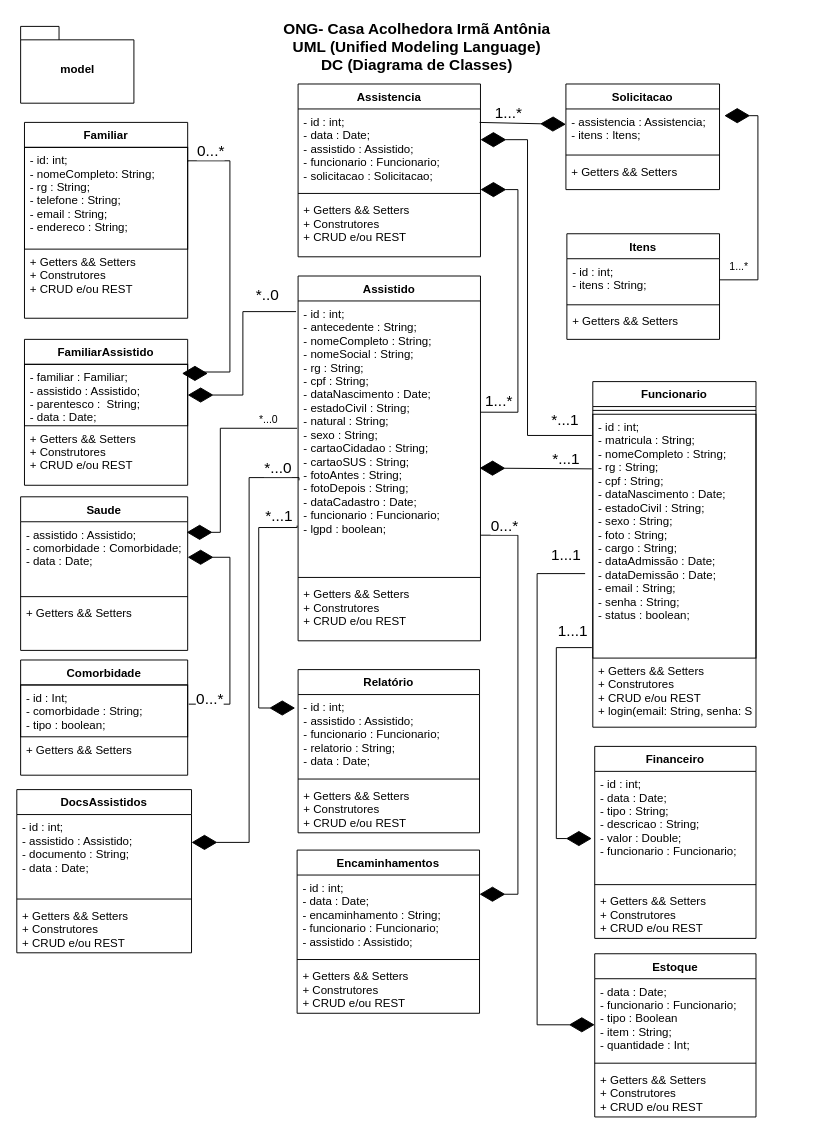
The draw.io diagram DOCUMENTAÇÃO APP/EXECUCÃO/UML DC/UML - DIAGRAMA DE CLASSE v2.drawio in LeoImenes/Projeto-ONG, before the edit. Source tidied: cells renumbered, new cells numbered last; positions are measured from the earlier drawing's top-left corner, leaving out a move shared by most shapes. Both pictures are drawn from the tidied source at 96%, with x=0, y=0 at pixel (16, 16).
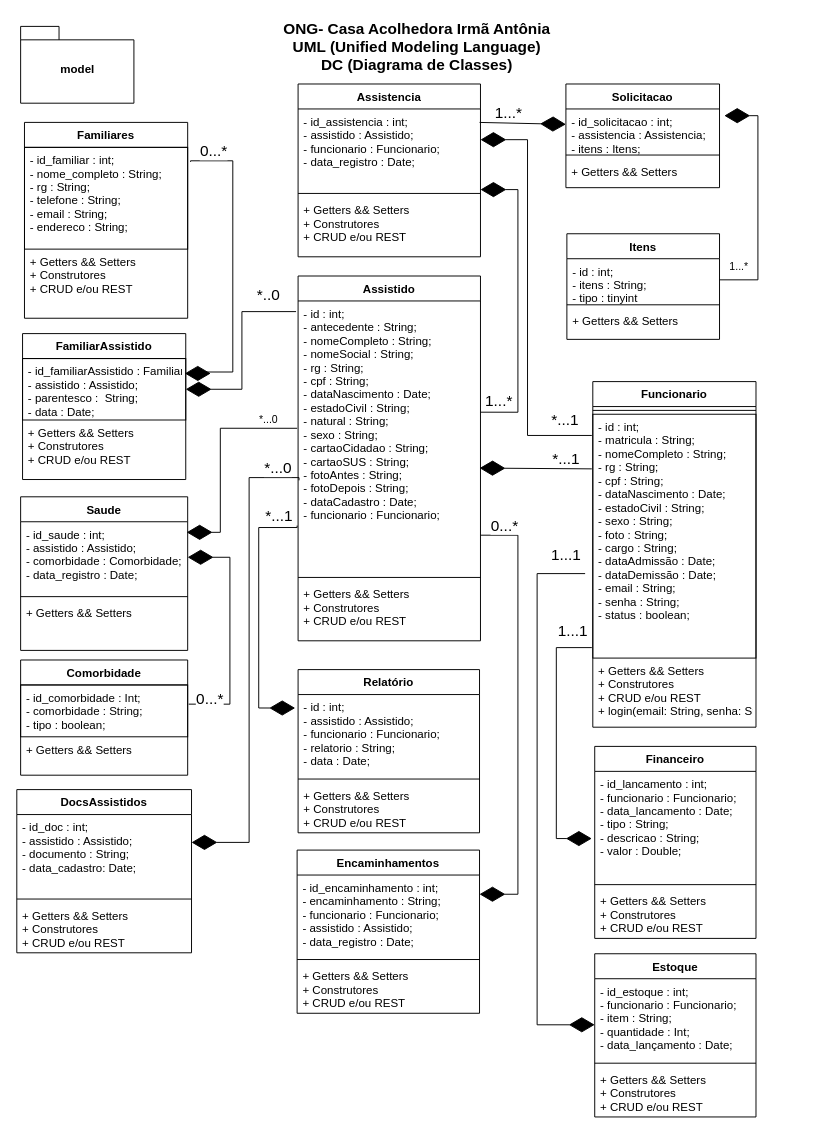
The same diagram, later.

Unchanged cells that the change refers to:
```xml
<mxCell id="3" value="Assistido" style="swimlane;fontStyle=1;align=center;verticalAlign=top;horizontal=1;startSize=26;" parent="1" vertex="1">
  <mxGeometry x="293" y="270" width="190" height="380" as="geometry" />
</mxCell>
<mxCell id="11" value="Assistencia" style="swimlane;fontStyle=1;align=center;verticalAlign=top;horizontal=1;startSize=26;" parent="1" vertex="1">
  <mxGeometry x="293" y="70" width="190" height="180" as="geometry" />
</mxCell>
<mxCell id="16" value="Encaminhamentos" style="swimlane;fontStyle=1;align=center;verticalAlign=top;horizontal=1;startSize=26;" parent="1" vertex="1">
  <mxGeometry x="292" y="868" width="190" height="170" as="geometry" />
</mxCell>
<mxCell id="20" value="Financeiro" style="swimlane;fontStyle=1;align=center;verticalAlign=top;horizontal=1;startSize=26;" parent="1" vertex="1">
  <mxGeometry x="602" y="760" width="168" height="200" as="geometry" />
</mxCell>
<mxCell id="24" value="Saude" style="swimlane;fontStyle=1;align=center;verticalAlign=top;horizontal=1;startSize=26;" parent="1" vertex="1">
  <mxGeometry x="4" y="500" width="174" height="160" as="geometry" />
</mxCell>
<mxCell id="28" value="Itens" style="swimlane;fontStyle=1;align=center;verticalAlign=top;horizontal=1;startSize=26;" parent="1" vertex="1">
  <mxGeometry x="573" y="226" width="159" height="110" as="geometry" />
</mxCell>
<mxCell id="35" value="Comorbidade" style="swimlane;fontStyle=1;align=center;verticalAlign=top;horizontal=1;startSize=26;" parent="1" vertex="1">
  <mxGeometry x="4" y="670" width="174" height="120" as="geometry" />
</mxCell>
<mxCell id="47" value="DocsAssistidos" style="swimlane;fontStyle=1;align=center;verticalAlign=top;horizontal=1;startSize=26;" parent="1" vertex="1">
  <mxGeometry y="805" width="182" height="170" as="geometry" />
</mxCell>
<mxCell id="65" value="Estoque" style="swimlane;fontStyle=1;align=center;verticalAlign=top;horizontal=1;startSize=26;" parent="1" vertex="1">
  <mxGeometry x="602" y="976" width="168" height="170" as="geometry" />
</mxCell>
```

Change to the diagram source:
```diff
@@
-    <mxCell id="4" value="- id : int;&#10;- antecedente : String;&#10;- nomeCompleto : String;&#10;- nomeSocial : String;&#10;- rg : String;&#10;- cpf : String;&#10;- dataNascimento : Date;&#10;- estadoCivil : String;&#10;- natural : String;&#10;- sexo : String;&#10;- cartaoCidadao : String;&#10;- cartaoSUS : String;&#10;- fotoAntes : String;&#10;- fotoDepois : String;&#10;- dataCadastro : Date;&#10;- funcionario : Funcionario;&#10;- lgpd : boolean;" style="text;strokeColor=none;fillColor=none;align=left;verticalAlign=top;spacingLeft=4;spacingRight=4;overflow=hidden;points=[[0,0.5],[1,0.5]];portConstraint=eastwest;" parent="3" vertex="1">
+    <mxCell id="4" value="- id : int;&#10;- antecedente : String;&#10;- nomeCompleto : String;&#10;- nomeSocial : String;&#10;- rg : String;&#10;- cpf : String;&#10;- dataNascimento : Date;&#10;- estadoCivil : String;&#10;- natural : String;&#10;- sexo : String;&#10;- cartaoCidadao : String;&#10;- cartaoSUS : String;&#10;- fotoAntes : String;&#10;- fotoDepois : String;&#10;- dataCadastro : Date;&#10;- funcionario : Funcionario;" style="text;strokeColor=none;fillColor=none;align=left;verticalAlign=top;spacingLeft=4;spacingRight=4;overflow=hidden;points=[[0,0.5],[1,0.5]];portConstraint=eastwest;" parent="3" vertex="1">
       <mxGeometry y="26" width="190" height="284" as="geometry" />
     </mxCell>
@@
-    <mxCell id="12" value="- id : int;&#10;- data : Date;&#10;- assistido : Assistido;&#10;- funcionario : Funcionario;&#10;- solicitacao : Solicitacao;" style="text;strokeColor=none;fillColor=none;align=left;verticalAlign=top;spacingLeft=4;spacingRight=4;overflow=hidden;points=[[0,0.5],[1,0.5]];portConstraint=eastwest;" parent="11" vertex="1">
+    <mxCell id="12" value="- id_assistencia : int;&#10;- assistido : Assistido;&#10;- funcionario : Funcionario;&#10;- data_registro : Date;" style="text;strokeColor=none;fillColor=none;align=left;verticalAlign=top;spacingLeft=4;spacingRight=4;overflow=hidden;points=[[0,0.5],[1,0.5]];portConstraint=eastwest;" parent="11" vertex="1">
       <mxGeometry y="26" width="190" height="84" as="geometry" />
     </mxCell>
@@
-    <mxCell id="17" value="- id : int;&#10;- data : Date;&#10;- encaminhamento : String;&#10;- funcionario : Funcionario;&#10;- assistido : Assistido;" style="text;strokeColor=none;fillColor=none;align=left;verticalAlign=top;spacingLeft=4;spacingRight=4;overflow=hidden;points=[[0,0.5],[1,0.5]];portConstraint=eastwest;" parent="16" vertex="1">
+    <mxCell id="17" value="- id_encaminhamento : int;&#10;- encaminhamento : String;&#10;- funcionario : Funcionario;&#10;- assistido : Assistido;&#10;- data_registro : Date;" style="text;strokeColor=none;fillColor=none;align=left;verticalAlign=top;spacingLeft=4;spacingRight=4;overflow=hidden;points=[[0,0.5],[1,0.5]];portConstraint=eastwest;" parent="16" vertex="1">
       <mxGeometry y="26" width="190" height="84" as="geometry" />
     </mxCell>
@@
-    <mxCell id="21" value="- id : int;&#10;- data : Date;&#10;- tipo : String;&#10;- descricao : String;&#10;- valor : Double;&#10;- funcionario : Funcionario;" style="text;strokeColor=none;fillColor=none;align=left;verticalAlign=top;spacingLeft=4;spacingRight=4;overflow=hidden;" parent="20" vertex="1">
+    <mxCell id="21" value="- id_lancamento : int;&#10;- funcionario : Funcionario;&#10;- data_lancamento : Date;&#10;- tipo : String;&#10;- descricao : String;&#10;- valor : Double;&#10;" style="text;strokeColor=none;fillColor=none;align=left;verticalAlign=top;spacingLeft=4;spacingRight=4;overflow=hidden;" parent="20" vertex="1">
       <mxGeometry y="26" width="168" height="114" as="geometry" />
     </mxCell>
@@
-    <mxCell id="25" value="- assistido : Assistido;&#10;- comorbidade : Comorbidade;&#10;- data : Date;&#10;" style="text;strokeColor=none;fillColor=none;align=left;verticalAlign=top;spacingLeft=4;spacingRight=4;overflow=hidden;points=[[0,0.5],[1,0.5]];portConstraint=eastwest;" parent="24" vertex="1">
+    <mxCell id="25" value="- id_saude : int;&#10;- assistido : Assistido;&#10;- comorbidade : Comorbidade;&#10;- data_registro : Date;&#10;" style="text;strokeColor=none;fillColor=none;align=left;verticalAlign=top;spacingLeft=4;spacingRight=4;overflow=hidden;points=[[0,0.5],[1,0.5]];portConstraint=eastwest;" parent="24" vertex="1">
       <mxGeometry y="26" width="174" height="74" as="geometry" />
     </mxCell>
@@
-    <mxCell id="29" value="- id : int;&#10;- itens : String;" style="text;strokeColor=none;fillColor=none;align=left;verticalAlign=top;spacingLeft=4;spacingRight=4;overflow=hidden;points=[[0,0.5],[1,0.5]];portConstraint=eastwest;" parent="28" vertex="1">
+    <mxCell id="29" value="- id : int;&#10;- itens : String;&#10;- tipo : tinyint" style="text;strokeColor=none;fillColor=none;align=left;verticalAlign=top;spacingLeft=4;spacingRight=4;overflow=hidden;points=[[0,0.5],[1,0.5]];portConstraint=eastwest;" parent="28" vertex="1">
       <mxGeometry y="26" width="159" height="44" as="geometry" />
     </mxCell>
@@
-    <mxCell id="32" value="Familiar" style="swimlane;fontStyle=1;align=center;verticalAlign=top;horizontal=1;startSize=26;" parent="1" vertex="1">
+    <mxCell id="32" value="Familiares" style="swimlane;fontStyle=1;align=center;verticalAlign=top;horizontal=1;startSize=26;" parent="1" vertex="1">
       <mxGeometry x="8" y="110" width="170" height="204" as="geometry" />
     </mxCell>
-    <mxCell id="33" value="- id: int;&#10;- nomeCompleto: String;&#10;- rg : String;&#10;- telefone : String;&#10;- email : String;&#10;- endereco : String;&#10;" style="text;strokeColor=default;fillColor=none;align=left;verticalAlign=top;spacingLeft=4;spacingRight=4;overflow=hidden;points=[[0,0.5],[1,0.5]];portConstraint=eastwest;strokeWidth=1;" parent="32" vertex="1">
+    <mxCell id="33" value="- id_familiar : int;&#10;- nome_completo : String;&#10;- rg : String;&#10;- telefone : String;&#10;- email : String;&#10;- endereco : String;&#10;" style="text;strokeColor=default;fillColor=none;align=left;verticalAlign=top;spacingLeft=4;spacingRight=4;overflow=hidden;points=[[0,0.5],[1,0.5]];portConstraint=eastwest;strokeWidth=1;" parent="32" vertex="1">
       <mxGeometry y="26" width="170" height="106" as="geometry" />
     </mxCell>
@@
-    <mxCell id="36" value="- id : Int;&#10;- comorbidade : String;&#10;- tipo : boolean;" style="text;strokeColor=default;fillColor=none;align=left;verticalAlign=top;spacingLeft=4;spacingRight=4;overflow=hidden;points=[[0,0.5],[1,0.5]];portConstraint=eastwest;" parent="35" vertex="1">
+    <mxCell id="36" value="- id_comorbidade : Int;&#10;- comorbidade : String;&#10;- tipo : boolean;" style="text;strokeColor=default;fillColor=none;align=left;verticalAlign=top;spacingLeft=4;spacingRight=4;overflow=hidden;points=[[0,0.5],[1,0.5]];portConstraint=eastwest;" parent="35" vertex="1">
       <mxGeometry y="26" width="174" height="54" as="geometry" />
     </mxCell>
@@
     <mxCell id="39" value="Solicitacao" style="swimlane;fontStyle=1;align=center;verticalAlign=top;horizontal=1;startSize=26;" parent="1" vertex="1">
-      <mxGeometry x="572" y="70" width="160" height="110" as="geometry" />
+      <mxGeometry x="572" y="70" width="160" height="108" as="geometry" />
     </mxCell>
-    <mxCell id="40" value="- assistencia : Assistencia;&#10;- itens : Itens;" style="text;strokeColor=none;fillColor=none;align=left;verticalAlign=top;spacingLeft=4;spacingRight=4;overflow=hidden;points=[[0,0.5],[1,0.5]];portConstraint=eastwest;" parent="39" vertex="1">
+    <mxCell id="40" value="- id_solicitacao : int;&#10;- assistencia : Assistencia;&#10;- itens : Itens;&#10;" style="text;strokeColor=none;fillColor=none;align=left;verticalAlign=top;spacingLeft=4;spacingRight=4;overflow=hidden;points=[[0,0.5],[1,0.5]];portConstraint=eastwest;" parent="39" vertex="1">
       <mxGeometry y="26" width="160" height="44" as="geometry" />
     </mxCell>
@@
     <mxCell id="42" value="+ Getters &amp;&amp; Setters" style="text;strokeColor=none;fillColor=none;align=left;verticalAlign=top;spacingLeft=4;spacingRight=4;overflow=hidden;" parent="39" vertex="1">
-      <mxGeometry y="78" width="160" height="32" as="geometry" />
+      <mxGeometry y="78" width="160" height="30" as="geometry" />
     </mxCell>
@@
-    <mxCell id="48" value="- id : int;&#10;- assistido : Assistido;&#10;- documento : String;&#10;- data : Date;" style="text;strokeColor=none;fillColor=none;align=left;verticalAlign=top;spacingLeft=4;spacingRight=4;overflow=hidden;points=[[0,0.5],[1,0.5]];portConstraint=eastwest;" parent="47" vertex="1">
+    <mxCell id="48" value="- id_doc : int;&#10;- assistido : Assistido;&#10;- documento : String;&#10;- data_cadastro: Date;" style="text;strokeColor=none;fillColor=none;align=left;verticalAlign=top;spacingLeft=4;spacingRight=4;overflow=hidden;points=[[0,0.5],[1,0.5]];portConstraint=eastwest;" parent="47" vertex="1">
       <mxGeometry y="26" width="182" height="84" as="geometry" />
     </mxCell>
@@
     <mxCell id="52" value="FamiliarAssistido" style="swimlane;fontStyle=1;align=center;verticalAlign=top;horizontal=1;startSize=26;" parent="1" vertex="1">
-      <mxGeometry x="8" y="336" width="170" height="152" as="geometry" />
+      <mxGeometry x="6" y="330" width="170" height="152" as="geometry" />
     </mxCell>
-    <mxCell id="53" value="- familiar : Familiar;&#10;- assistido : Assistido;&#10;- parentesco :  String;&#10;- data : Date;&#10;&#10;" style="text;strokeColor=default;fillColor=none;align=left;verticalAlign=top;spacingLeft=4;spacingRight=4;overflow=hidden;points=[[0,0.5],[1,0.5]];portConstraint=eastwest;strokeWidth=1;" parent="52" vertex="1">
+    <mxCell id="53" value="- id_familiarAssistido : Familiar;&#10;- assistido : Assistido;&#10;- parentesco :  String;&#10;- data : Date;&#10;&#10;" style="text;strokeColor=default;fillColor=none;align=left;verticalAlign=top;spacingLeft=4;spacingRight=4;overflow=hidden;points=[[0,0.5],[1,0.5]];portConstraint=eastwest;strokeWidth=1;" parent="52" vertex="1">
       <mxGeometry y="26" width="170" height="64" as="geometry" />
     </mxCell>
@@
-    <mxCell id="55" value="0...*" style="endArrow=diamondThin;endFill=1;endSize=24;html=1;rounded=0;fontSize=16;edgeStyle=orthogonalEdgeStyle;entryX=0.965;entryY=0.148;entryDx=0;entryDy=0;entryPerimeter=0;exitX=1;exitY=0.142;exitDx=0;exitDy=0;exitPerimeter=0;" parent="1" edge="1" source="33" target="53">
+    <mxCell id="55" value="0...*" style="endArrow=diamondThin;endFill=1;endSize=24;html=1;rounded=0;fontSize=16;edgeStyle=orthogonalEdgeStyle;entryX=0.965;entryY=0.148;entryDx=0;entryDy=0;entryPerimeter=0;exitX=1;exitY=0.142;exitDx=0;exitDy=0;exitPerimeter=0;" parent="1" edge="1">
       <mxGeometry x="-0.84" y="10" relative="1" as="geometry">
+        <mxPoint x="181" y="151.1" as="sourcePoint" />
+        <mxPoint x="175" y="371.5" as="targetPoint" />
         <Array as="points">
-          <mxPoint x="178" y="150" />
-          <mxPoint x="222" y="150" />
-          <mxPoint x="222" y="370" />
-          <mxPoint x="192" y="370" />
-          <mxPoint x="192" y="372" />
+          <mxPoint x="181" y="150" />
+          <mxPoint x="225" y="150" />
+          <mxPoint x="225" y="370" />
+          <mxPoint x="195" y="370" />
+          <mxPoint x="195" y="372" />
         </Array>
       </mxGeometry>
     </mxCell>
@@
-    <mxCell id="66" value="- data : Date;&#10;- funcionario : Funcionario;&#10;- tipo : Boolean&#10;- item : String;&#10;- quantidade : Int;" style="text;strokeColor=none;fillColor=none;align=left;verticalAlign=top;spacingLeft=4;spacingRight=4;overflow=hidden;points=[[0,0.5],[1,0.5]];portConstraint=eastwest;" parent="65" vertex="1">
+    <mxCell id="66" value="- id_estoque : int;&#10;- funcionario : Funcionario;&#10;- item : String;&#10;- quantidade : Int;&#10;- data_lançamento : Date;" style="text;strokeColor=none;fillColor=none;align=left;verticalAlign=top;spacingLeft=4;spacingRight=4;overflow=hidden;points=[[0,0.5],[1,0.5]];portConstraint=eastwest;" parent="65" vertex="1">
       <mxGeometry y="26" width="168" height="84" as="geometry" />
     </mxCell>
```
